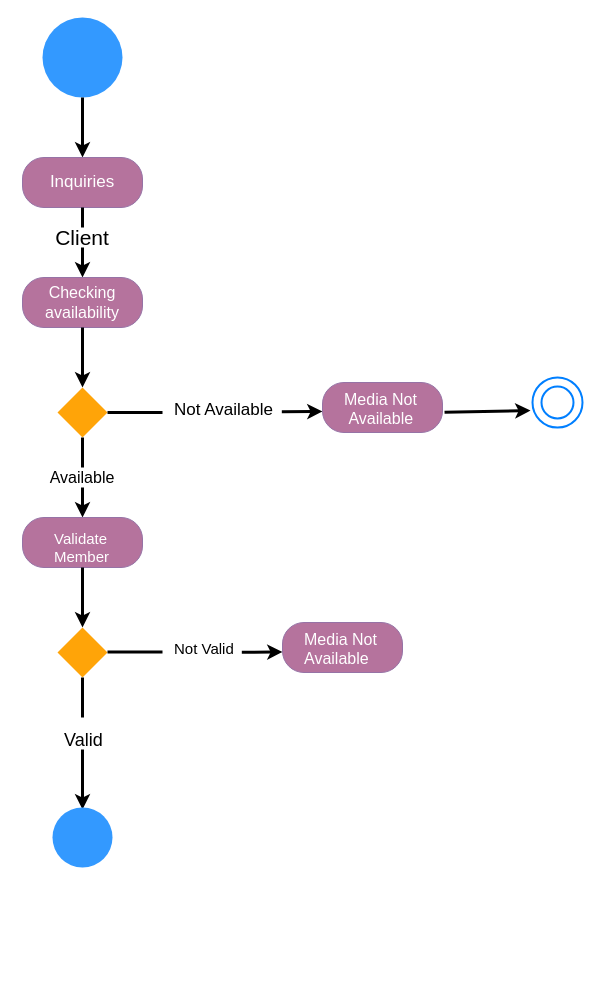
Above: page "Page-1" (1 of 2) of activitydiagram.drawio in moultamissimane/UML (draw.io), before the change. Source tidied: cells renumbered, new cells numbered last; positions are measured from the earlier drawing's top-left corner, leaving out a move shared by most shapes. Both pictures are drawn from the tidied source at 100%, with x=0, y=0 at pixel (22, 17).
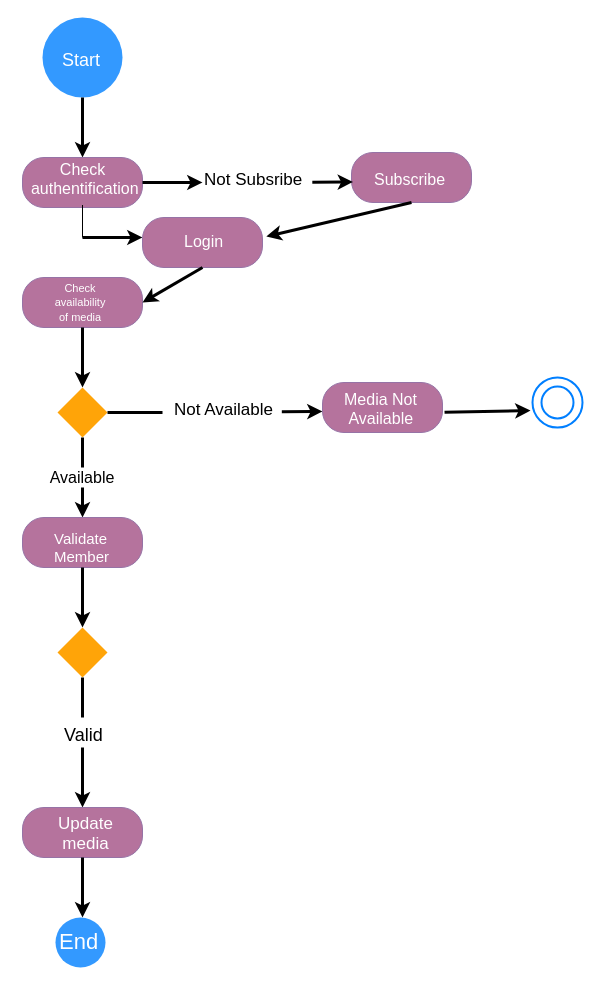
Above is the later version.

Unchanged cells that the change refers to:
```xml
<mxCell id="4" style="rounded=1;whiteSpace=wrap;html=1;arcSize=43;fillColor=#B5739D;strokeColor=#9673a6;" parent="1" vertex="1">
  <mxGeometry y="140" width="120" height="50" as="geometry" />
</mxCell>
<mxCell id="9" style="rounded=1;whiteSpace=wrap;html=1;arcSize=43;fillColor=#B5739D;strokeColor=#9673a6;" parent="1" vertex="1">
  <mxGeometry y="260" width="120" height="50" as="geometry" />
</mxCell>
```

Diff of the diagram source:
```diff
@@
-    <mxCell id="5" value="&lt;font color=&quot;#ffffff&quot; style=&quot;font-size: 17px&quot;&gt;Inquiries&lt;/font&gt;" style="text;html=1;align=center;verticalAlign=middle;whiteSpace=wrap;rounded=0;strokeWidth=6;" parent="1" vertex="1">
-      <mxGeometry x="35" y="155" width="50" height="20" as="geometry" />
-    </mxCell>
-    <mxCell id="6" value="&lt;font style=&quot;font-size: 21px&quot;&gt;Client&lt;/font&gt;" style="text;html=1;strokeColor=none;fillColor=none;align=center;verticalAlign=middle;whiteSpace=wrap;rounded=0;strokeWidth=5;" parent="1" vertex="1">
-      <mxGeometry x="40" y="210" width="40" height="20" as="geometry" />
-    </mxCell>
-    <mxCell id="7" style="endArrow=none;html=1;strokeWidth=3;entryX=0.5;entryY=1;entryDx=0;entryDy=0;" parent="1" edge="1" target="4">
-      <mxGeometry relative="1" as="geometry">
-        <mxPoint x="60" y="210" as="sourcePoint" />
-      </mxGeometry>
-    </mxCell>
-    <mxCell id="8" style="endArrow=classic;html=1;strokeWidth=3;exitX=0.5;exitY=1;exitDx=0;exitDy=0;" parent="1" edge="1" source="6">
-      <mxGeometry relative="1" as="geometry">
-        <mxPoint x="60" y="260" as="targetPoint" />
-      </mxGeometry>
-    </mxCell>
@@
-    <mxCell id="10" value="&lt;font style=&quot;font-size: 16px&quot; color=&quot;#ffffff&quot;&gt;Checking availability&lt;/font&gt;" style="text;html=1;strokeColor=none;fillColor=none;align=center;verticalAlign=middle;whiteSpace=wrap;rounded=0;" parent="1" vertex="1">
-      <mxGeometry x="40" y="275" width="40" height="20" as="geometry" />
+    <mxCell id="10" value="&lt;font style=&quot;font-size: 11px&quot; color=&quot;#ffffff&quot;&gt;Check availability of media&lt;/font&gt;" style="text;html=1;strokeColor=none;fillColor=none;align=center;verticalAlign=middle;whiteSpace=wrap;rounded=0;" parent="1" vertex="1">
+      <mxGeometry x="38" y="275" width="40" height="20" as="geometry" />
     </mxCell>
@@
-    <mxCell id="28" value="&lt;font style=&quot;font-size: 15px&quot;&gt;Not Valid&lt;/font&gt;" style="text;html=1;align=left;verticalAlign=top;spacingTop=-4;" parent="1" vertex="1">
-      <mxGeometry x="150" y="620" width="80" height="20" as="geometry" />
-    </mxCell>
-    <mxCell id="29" style="endArrow=none;html=1;strokeWidth=3;exitX=1;exitY=0.5;exitDx=0;exitDy=0;" parent="1" edge="1">
-      <mxGeometry relative="1" as="geometry">
-        <mxPoint x="85" y="634.5" as="sourcePoint" />
-        <mxPoint x="140" y="634.5" as="targetPoint" />
-      </mxGeometry>
-    </mxCell>
-    <mxCell id="30" style="endArrow=classic;html=1;strokeWidth=3;exitX=0.994;exitY=0.709;exitDx=0;exitDy=0;exitPerimeter=0;" parent="1" edge="1">
-      <mxGeometry relative="1" as="geometry">
-        <mxPoint x="219.3" y="634.7" as="sourcePoint" />
-        <mxPoint x="260" y="634.5" as="targetPoint" />
-      </mxGeometry>
-    </mxCell>
-    <mxCell id="31" style="rounded=1;whiteSpace=wrap;html=1;arcSize=43;fillColor=#B5739D;strokeColor=#9673a6;" parent="1" vertex="1">
-      <mxGeometry x="260" y="605" width="120" height="50" as="geometry" />
-    </mxCell>
-    <mxCell id="32" value="&lt;font style=&quot;font-size: 16px&quot; color=&quot;#ffffff&quot;&gt;Media Not&lt;br&gt;Available&lt;/font&gt;" style="text;html=1;align=left;verticalAlign=top;spacingTop=-4;" parent="1" vertex="1">
-      <mxGeometry x="280" y="610" width="90" height="30" as="geometry" />
-    </mxCell>
@@
     <mxCell id="34" value="&lt;font style=&quot;font-size: 18px&quot;&gt;Valid&lt;/font&gt;" style="text;html=1;align=left;verticalAlign=top;spacingTop=-4;" parent="1" vertex="1">
-      <mxGeometry x="40" y="710" width="50" height="20" as="geometry" />
+      <mxGeometry x="40" y="705" width="50" height="20" as="geometry" />
     </mxCell>
     <mxCell id="35" style="endArrow=classic;html=1;strokeWidth=3;exitX=0.5;exitY=1;exitDx=0;exitDy=0;" parent="1" edge="1">
       <mxGeometry relative="1" as="geometry">
-        <mxPoint x="60" y="732" as="sourcePoint" />
-        <mxPoint x="60" y="792" as="targetPoint" />
+        <mxPoint x="60" y="730" as="sourcePoint" />
+        <mxPoint x="60" y="790" as="targetPoint" />
       </mxGeometry>
     </mxCell>
-    <mxCell id="36" style="ellipse;whiteSpace=wrap;html=1;fillColor=#3399FF;strokeColor=none;" parent="1" vertex="1">
-      <mxGeometry x="30" y="790" width="60" height="60" as="geometry" />
-    </mxCell>
+    <mxCell id="37" value="&lt;font style=&quot;font-size: 16px&quot; color=&quot;#ffffff&quot;&gt;Check&lt;br&gt;&amp;nbsp;authentification&lt;/font&gt;" style="text;html=1;align=center;verticalAlign=top;spacingTop=-4;" parent="1" vertex="1">
+      <mxGeometry x="-5" y="140" width="130" height="30" as="geometry" />
+    </mxCell>
+    <mxCell id="38" style="endArrow=classic;html=1;strokeWidth=3;exitX=1;exitY=0.5;exitDx=0;exitDy=0;" parent="1" edge="1" source="4">
+      <mxGeometry relative="1" as="geometry">
+        <mxPoint x="180" y="165" as="targetPoint" />
+      </mxGeometry>
+    </mxCell>
+    <mxCell id="39" style="rounded=1;whiteSpace=wrap;html=1;arcSize=43;fillColor=#B5739D;strokeColor=#9673a6;" parent="1" vertex="1">
+      <mxGeometry x="329" y="135" width="120" height="50" as="geometry" />
+    </mxCell>
+    <mxCell id="40" value="&lt;font style=&quot;font-size: 17px&quot;&gt;Not Subsribe&lt;/font&gt;" style="text;html=1;align=left;verticalAlign=top;spacingTop=-4;" parent="1" vertex="1">
+      <mxGeometry x="180" y="150" width="110" height="20" as="geometry" />
+    </mxCell>
+    <mxCell id="41" style="endArrow=classic;html=1;strokeWidth=3;exitX=0.994;exitY=0.709;exitDx=0;exitDy=0;exitPerimeter=0;" parent="1" edge="1">
+      <mxGeometry relative="1" as="geometry">
+        <mxPoint x="289.8" y="164.7" as="sourcePoint" />
+        <mxPoint x="330.5" y="164.5" as="targetPoint" />
+      </mxGeometry>
+    </mxCell>
+    <mxCell id="42" style="endArrow=classic;html=1;strokeWidth=3;exitX=1;exitY=0.5;exitDx=0;exitDy=0;" parent="1" edge="1">
+      <mxGeometry relative="1" as="geometry">
+        <mxPoint x="60" y="220" as="sourcePoint" />
+        <mxPoint x="120" y="220" as="targetPoint" />
+      </mxGeometry>
+    </mxCell>
+    <mxCell id="43" style="rounded=1;whiteSpace=wrap;html=1;arcSize=43;fillColor=#B5739D;strokeColor=#9673a6;" parent="1" vertex="1">
+      <mxGeometry x="120" y="200" width="120" height="50" as="geometry" />
+    </mxCell>
+    <mxCell id="44" value="&lt;font style=&quot;font-size: 16px&quot; color=&quot;#ffffff&quot;&gt;Login&lt;/font&gt;" style="text;html=1;align=left;verticalAlign=top;spacingTop=-4;" parent="1" vertex="1">
+      <mxGeometry x="160" y="212" width="50" height="20" as="geometry" />
+    </mxCell>
+    <mxCell id="45" style="endArrow=classic;html=1;strokeWidth=3;exitX=0.5;exitY=1;exitDx=0;exitDy=0;entryX=1;entryY=0.5;entryDx=0;entryDy=0;" parent="1" edge="1" source="43" target="9">
+      <mxGeometry relative="1" as="geometry" />
+    </mxCell>
+    <mxCell id="46" style="endArrow=none;html=1;" parent="1" edge="1">
+      <mxGeometry relative="1" as="geometry">
+        <mxPoint x="60" y="187.5" as="sourcePoint" />
+        <mxPoint x="60" y="220" as="targetPoint" />
+      </mxGeometry>
+    </mxCell>
+    <mxCell id="47" style="endArrow=classic;html=1;strokeWidth=3;exitX=0.5;exitY=1;exitDx=0;exitDy=0;entryX=1.032;entryY=0.38;entryDx=0;entryDy=0;entryPerimeter=0;" parent="1" edge="1" target="43">
+      <mxGeometry relative="1" as="geometry">
+        <mxPoint x="389" y="185" as="sourcePoint" />
+      </mxGeometry>
+    </mxCell>
+    <mxCell id="48" value="&lt;font style=&quot;font-size: 16px&quot; color=&quot;#ffffff&quot;&gt;Subscribe&lt;/font&gt;" style="text;html=1;align=left;verticalAlign=top;spacingTop=-4;" parent="1" vertex="1">
+      <mxGeometry x="350" y="150" width="90" height="20" as="geometry" />
+    </mxCell>
+    <mxCell id="49" value="&lt;font style=&quot;font-size: 18px&quot; color=&quot;#ffffff&quot;&gt;Start&lt;/font&gt;" style="text;html=1;align=left;verticalAlign=top;spacingTop=-4;" parent="1" vertex="1">
+      <mxGeometry x="38" y="30" width="50" height="20" as="geometry" />
+    </mxCell>
+    <mxCell id="50" style="ellipse;whiteSpace=wrap;html=1;fillColor=#3399FF;strokeColor=none;" parent="1" vertex="1">
+      <mxGeometry x="33" y="900" width="50" height="50" as="geometry" />
+    </mxCell>
+    <mxCell id="51" value="&lt;font color=&quot;#ffffff&quot; style=&quot;font-size: 22px&quot;&gt;End&lt;/font&gt;" style="text;html=1;align=left;verticalAlign=top;spacingTop=-4;" parent="1" vertex="1">
+      <mxGeometry x="35" y="909" width="50" height="20" as="geometry" />
+    </mxCell>
+    <mxCell id="52" style="rounded=1;whiteSpace=wrap;html=1;arcSize=43;fillColor=#B5739D;strokeColor=#9673a6;" parent="1" vertex="1">
+      <mxGeometry y="790" width="120" height="50" as="geometry" />
+    </mxCell>
+    <mxCell id="53" value="&lt;font style=&quot;font-size: 17px&quot; color=&quot;#ffffff&quot;&gt;Update &lt;br&gt;media&lt;/font&gt;" style="text;html=1;align=center;verticalAlign=top;spacingTop=-4;" parent="1" vertex="1">
+      <mxGeometry x="28" y="794" width="70" height="30" as="geometry" />
+    </mxCell>
+    <mxCell id="54" style="endArrow=classic;html=1;strokeWidth=3;exitX=0.5;exitY=1;exitDx=0;exitDy=0;" parent="1" edge="1">
+      <mxGeometry relative="1" as="geometry">
+        <mxPoint x="60" y="840" as="sourcePoint" />
+        <mxPoint x="60" y="900" as="targetPoint" />
+      </mxGeometry>
+    </mxCell>
```
